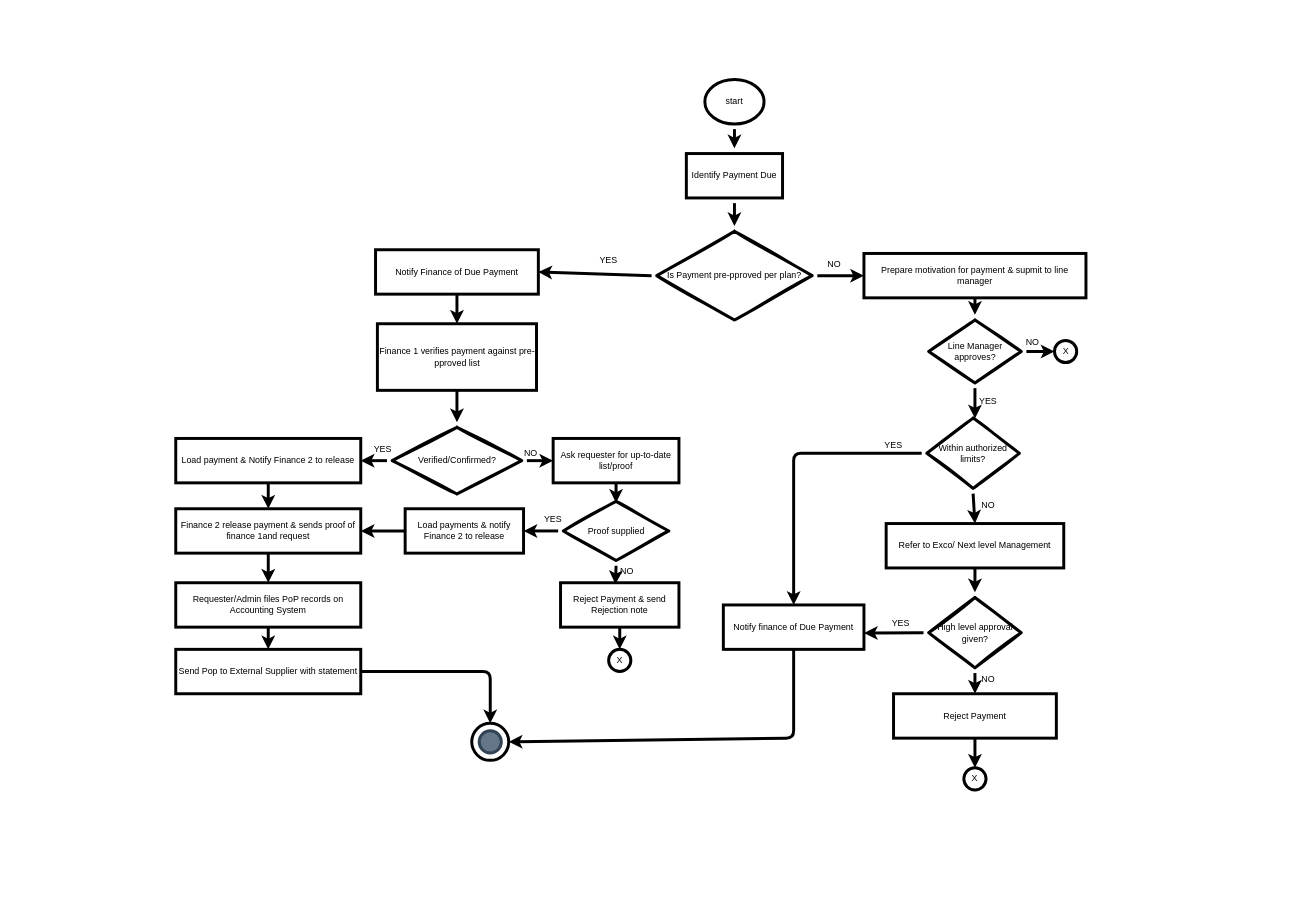
Above: flowchart.drawio in kego28/BestBrightness-onlinestore (draw.io), before the change. Source tidied: cells renumbered, new cells numbered last; positions are measured from the earlier drawing's top-left corner, leaving out a move shared by most shapes. Both pictures are drawn from the tidied source at 74%, with x=0, y=0 at pixel (175, 79).
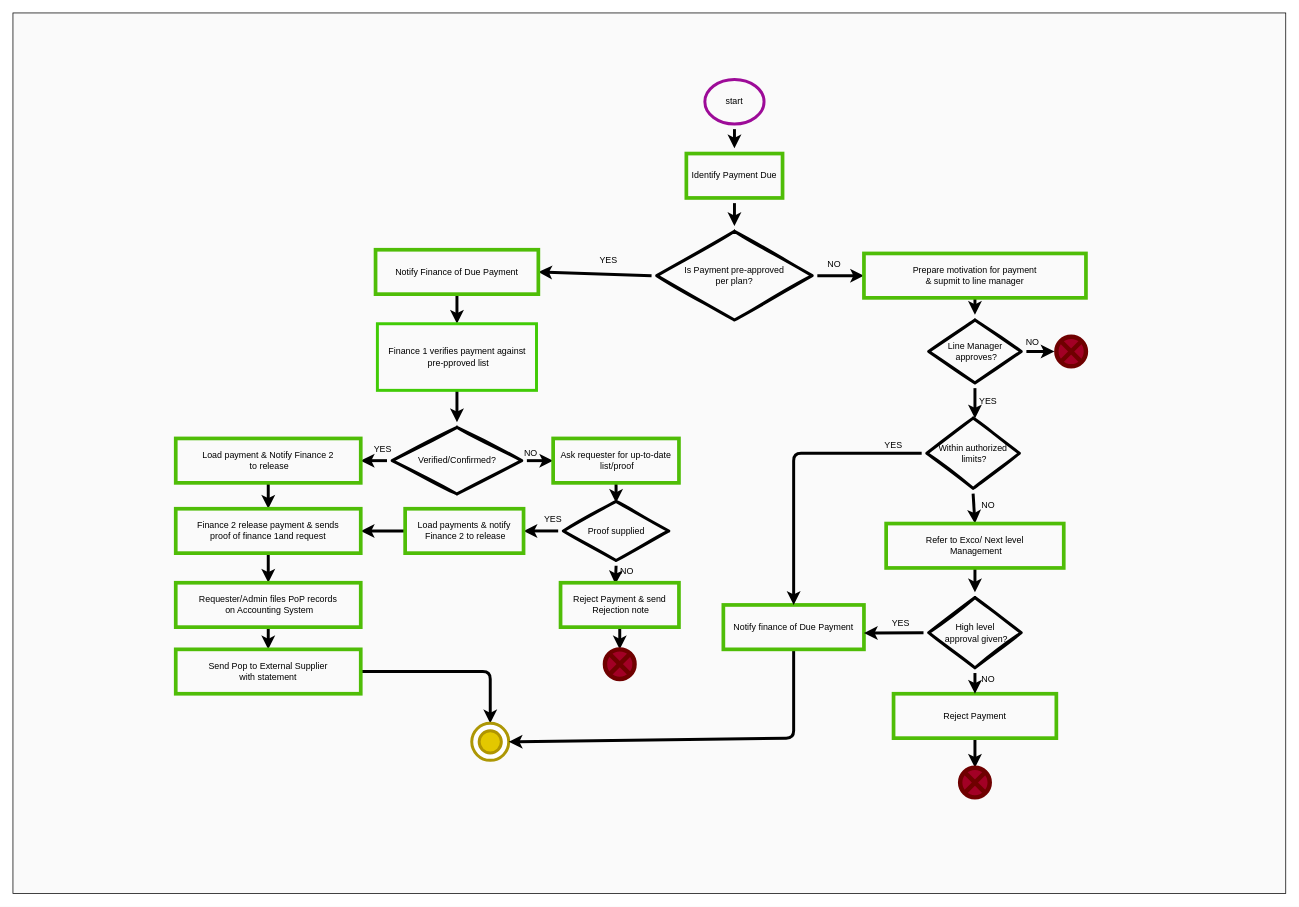
After the change.

What changed in the source:
```diff
@@
+    <mxCell id="67" style="rounded=0;whiteSpace=wrap;html=1;fillColor=#fafafa;" parent="1" vertex="1">
+      <mxGeometry x="-220" y="-90" width="1720" height="1190" as="geometry" />
+    </mxCell>
@@
-    <mxCell id="3" value="start" style="ellipse;whiteSpace=wrap;html=1;strokeWidth=4;perimeterSpacing=7;fontSize=12;" parent="1" vertex="1">
+    <mxCell id="3" value="start" style="ellipse;whiteSpace=wrap;html=1;strokeWidth=4;perimeterSpacing=7;fontSize=12;fillColor=none;strokeColor=#9d0b98;" parent="1" vertex="1">
       <mxGeometry x="715" width="80" height="60" as="geometry" />
     </mxCell>
@@
-    <mxCell id="6" value="Is Payment pre-pproved per plan?" style="rhombus;whiteSpace=wrap;html=1;strokeWidth=4;fillWeight=-1;hachureGap=8;fillStyle=cross-hatch;sketch=1;perimeterSpacing=7;fontSize=12;" parent="1" vertex="1">
+    <mxCell id="6" value="Is Payment pre-approved&lt;br&gt;per plan?" style="rhombus;whiteSpace=wrap;html=1;strokeWidth=4;fillWeight=-1;hachureGap=8;fillStyle=cross-hatch;sketch=1;perimeterSpacing=7;fontSize=12;fillColor=none;" parent="1" vertex="1">
       <mxGeometry x="650" y="205" width="210" height="120" as="geometry" />
     </mxCell>
@@
-    <mxCell id="8" value="Identify Payment Due" style="rounded=0;whiteSpace=wrap;html=1;strokeWidth=4;perimeterSpacing=7;fontSize=12;" parent="1" vertex="1">
+    <mxCell id="8" value="Identify Payment Due" style="rounded=0;whiteSpace=wrap;html=1;strokeWidth=5;perimeterSpacing=7;fontSize=12;fillColor=none;strokeColor=#4FBD07;" parent="1" vertex="1">
       <mxGeometry x="690" y="100" width="130" height="60" as="geometry" />
     </mxCell>
@@
-    <mxCell id="10" value="Notify Finance of Due Payment" style="rounded=0;whiteSpace=wrap;html=1;strokeWidth=4;fontSize=12;" parent="1" vertex="1">
+    <mxCell id="10" value="Notify Finance of Due Payment" style="rounded=0;whiteSpace=wrap;html=1;strokeWidth=5;fontSize=12;fillColor=none;strokeColor=#4FBD07;" parent="1" vertex="1">
       <mxGeometry x="270" y="230" width="220" height="60" as="geometry" />
     </mxCell>
@@
-    <mxCell id="12" value="Finance 1 verifies payment against pre-pproved list" style="rounded=0;whiteSpace=wrap;html=1;strokeWidth=4;fontSize=12;" parent="1" vertex="1">
+    <mxCell id="12" value="Finance 1 verifies payment against&lt;br&gt;&amp;nbsp;pre-pproved list" style="rounded=0;whiteSpace=wrap;html=1;strokeWidth=4;fontSize=12;fillColor=none;strokeColor=#41cb06;" parent="1" vertex="1">
       <mxGeometry x="272.5" y="330" width="215" height="90" as="geometry" />
     </mxCell>
@@
-    <mxCell id="15" value="Verified/Confirmed?" style="rhombus;whiteSpace=wrap;html=1;strokeWidth=4;fillWeight=-1;hachureGap=8;fillStyle=cross-hatch;sketch=1;perimeterSpacing=7;fontSize=12;" parent="1" vertex="1">
+    <mxCell id="15" value="Verified/Confirmed?" style="rhombus;whiteSpace=wrap;html=1;strokeWidth=4;fillWeight=-1;hachureGap=8;fillStyle=cross-hatch;sketch=1;perimeterSpacing=7;fontSize=12;fillColor=none;" parent="1" vertex="1">
       <mxGeometry x="292.5" y="470" width="175" height="90" as="geometry" />
     </mxCell>
@@
-    <mxCell id="17" value="Load payment &amp;amp; Notify Finance 2 to release" style="rounded=0;whiteSpace=wrap;html=1;strokeWidth=4;fontSize=12;" parent="1" vertex="1">
+    <mxCell id="17" value="Load payment &amp;amp; Notify Finance 2&lt;br&gt;&amp;nbsp;to release" style="rounded=0;whiteSpace=wrap;html=1;strokeWidth=5;fontSize=12;fillColor=none;strokeColor=#4FBD07;" parent="1" vertex="1">
       <mxGeometry y="485" width="250" height="60" as="geometry" />
     </mxCell>
@@
-    <mxCell id="20" value="Ask requester for up-to-date list/proof" style="rounded=0;whiteSpace=wrap;html=1;strokeWidth=4;fontSize=12;" parent="1" vertex="1">
+    <mxCell id="20" value="Ask requester for up-to-date&lt;br&gt;&amp;nbsp;list/proof" style="rounded=0;whiteSpace=wrap;html=1;strokeWidth=5;fontSize=12;fillColor=none;strokeColor=#4FBD07;" parent="1" vertex="1">
       <mxGeometry x="510" y="485" width="170" height="60" as="geometry" />
     </mxCell>
@@
-    <mxCell id="24" value="Proof supplied" style="rhombus;whiteSpace=wrap;html=1;strokeWidth=4;fillWeight=-1;hachureGap=8;fillStyle=cross-hatch;sketch=1;perimeterSpacing=7;fontSize=12;" parent="1" vertex="1">
+    <mxCell id="24" value="Proof supplied" style="rhombus;whiteSpace=wrap;html=1;strokeWidth=4;fillWeight=-1;hachureGap=8;fillStyle=cross-hatch;sketch=1;perimeterSpacing=7;fontSize=12;fillColor=none;" parent="1" vertex="1">
       <mxGeometry x="523.8" y="570" width="142.5" height="80" as="geometry" />
     </mxCell>
@@
-    <mxCell id="26" value="Load payments &amp;amp; notify Finance 2 to release" style="rounded=0;whiteSpace=wrap;html=1;strokeWidth=4;fontSize=12;" parent="1" vertex="1">
+    <mxCell id="26" value="Load payments &amp;amp; notify&lt;br&gt;&amp;nbsp;Finance 2 to release" style="rounded=0;whiteSpace=wrap;html=1;strokeWidth=5;fontSize=12;fillColor=none;strokeColor=#4FBD07;" parent="1" vertex="1">
       <mxGeometry x="310" y="580" width="160" height="60" as="geometry" />
     </mxCell>
-    <mxCell id="27" style="edgeStyle=none;html=1;exitX=0.5;exitY=1;exitDx=0;exitDy=0;entryX=0.5;entryY=0;entryDx=0;entryDy=0;strokeWidth=4;fontSize=12;" parent="1" edge="1" source="28" target="37">
-      <mxGeometry relative="1" as="geometry" />
+    <mxCell id="27" style="edgeStyle=none;html=1;exitX=0.5;exitY=1;exitDx=0;exitDy=0;entryX=0.5;entryY=0;entryDx=0;entryDy=0;strokeWidth=4;fontSize=12;" parent="1" edge="1" source="28">
+      <mxGeometry relative="1" as="geometry">
+        <mxPoint x="600" y="770" as="targetPoint" />
+      </mxGeometry>
     </mxCell>
-    <mxCell id="28" value="Reject Payment &amp;amp; send Rejection note" style="rounded=0;whiteSpace=wrap;html=1;strokeWidth=4;fontSize=12;" parent="1" vertex="1">
+    <mxCell id="28" value="Reject Payment &amp;amp; send&lt;br&gt;&amp;nbsp;Rejection note" style="rounded=0;whiteSpace=wrap;html=1;strokeWidth=5;fontSize=12;fillColor=none;strokeColor=#4FBD07;" parent="1" vertex="1">
       <mxGeometry x="520" y="680" width="160" height="60" as="geometry" />
     </mxCell>
@@
-    <mxCell id="32" value="Finance 2 release payment &amp;amp; sends proof of finance 1and request" style="rounded=0;whiteSpace=wrap;html=1;strokeWidth=4;fontSize=12;" parent="1" vertex="1">
+    <mxCell id="32" value="Finance 2 release payment &amp;amp; sends &lt;br&gt;proof of finance 1and request" style="rounded=0;whiteSpace=wrap;html=1;strokeWidth=5;fontSize=12;fillColor=none;strokeColor=#4FBD07;" parent="1" vertex="1">
       <mxGeometry y="580" width="250" height="60" as="geometry" />
     </mxCell>
@@
-    <mxCell id="34" value="Requester/Admin files PoP records on Accounting System" style="rounded=0;whiteSpace=wrap;html=1;strokeWidth=4;fontSize=12;" parent="1" vertex="1">
+    <mxCell id="34" value="Requester/Admin files PoP records&lt;br&gt;&amp;nbsp;on Accounting System" style="rounded=0;whiteSpace=wrap;html=1;strokeWidth=5;fontSize=12;fillColor=none;strokeColor=#4FBD07;" parent="1" vertex="1">
       <mxGeometry y="680" width="250" height="60" as="geometry" />
     </mxCell>
@@
-    <mxCell id="36" value="Send Pop to External Supplier with statement" style="rounded=0;whiteSpace=wrap;html=1;strokeWidth=4;fontSize=12;" parent="1" vertex="1">
+    <mxCell id="36" value="Send Pop to External Supplier &lt;br&gt;with statement" style="rounded=0;whiteSpace=wrap;html=1;strokeWidth=5;fontSize=12;fillColor=none;strokeColor=#4FBD07;" parent="1" vertex="1">
       <mxGeometry y="770" width="250" height="60" as="geometry" />
     </mxCell>
-    <mxCell id="37" value="&lt;font style=&quot;font-size: 12px;&quot;&gt;X&lt;/font&gt;" style="ellipse;whiteSpace=wrap;html=1;strokeWidth=4;fontSize=12;" parent="1" vertex="1">
-      <mxGeometry x="585" y="770" width="30" height="30" as="geometry" />
-    </mxCell>
-    <mxCell id="38" style="ellipse;whiteSpace=wrap;html=1;strokeWidth=4;fontSize=12;" parent="1" vertex="1">
+    <mxCell id="38" style="ellipse;whiteSpace=wrap;html=1;strokeWidth=4;fontSize=12;strokeColor=#ad9705;" parent="1" vertex="1">
       <mxGeometry x="400" y="870" width="50" height="50" as="geometry" />
     </mxCell>
-    <mxCell id="39" style="ellipse;whiteSpace=wrap;html=1;strokeWidth=4;fontSize=12;fillColor=#647687;fontColor=#ffffff;strokeColor=#314354;" parent="1" vertex="1">
+    <mxCell id="39" style="ellipse;whiteSpace=wrap;html=1;strokeWidth=4;fontSize=12;fillColor=#e3c800;fontColor=#000000;strokeColor=#B09500;" parent="1" vertex="1">
       <mxGeometry x="410" y="880" width="30" height="30" as="geometry" />
     </mxCell>
@@
-    <mxCell id="42" value="Prepare motivation for payment &amp;amp; supmit to line manager" style="rounded=0;whiteSpace=wrap;html=1;strokeWidth=4;fontSize=12;" parent="1" vertex="1">
+    <mxCell id="42" value="Prepare motivation for payment &lt;br&gt;&amp;amp; supmit to&amp;nbsp;line&amp;nbsp;manager" style="rounded=0;whiteSpace=wrap;html=1;strokeWidth=5;fontSize=12;fillColor=none;strokeColor=#4FBD07;" parent="1" vertex="1">
       <mxGeometry x="930" y="235" width="300" height="60" as="geometry" />
     </mxCell>
@@
-    <mxCell id="44" value="Notify finance of Due Payment" style="rounded=0;whiteSpace=wrap;html=1;strokeWidth=4;fontSize=12;" parent="1" vertex="1">
+    <mxCell id="44" value="Notify finance of Due Payment" style="rounded=0;whiteSpace=wrap;html=1;strokeWidth=5;fontSize=12;fillColor=none;strokeColor=#4FBD07;" parent="1" vertex="1">
       <mxGeometry x="740" y="710" width="190" height="60" as="geometry" />
     </mxCell>
-    <mxCell id="45" style="edgeStyle=none;html=1;exitX=1;exitY=0.5;exitDx=0;exitDy=0;entryX=0;entryY=0.5;entryDx=0;entryDy=0;strokeWidth=4;fontSize=12;" parent="1" edge="1" source="47" target="51">
-      <mxGeometry relative="1" as="geometry" />
+    <mxCell id="45" style="edgeStyle=none;html=1;exitX=1;exitY=0.5;exitDx=0;exitDy=0;entryX=0;entryY=0.5;entryDx=0;entryDy=0;strokeWidth=4;fontSize=12;" parent="1" edge="1" source="47">
+      <mxGeometry relative="1" as="geometry">
+        <mxPoint x="1187.5" y="367.5" as="targetPoint" />
+      </mxGeometry>
     </mxCell>
@@
-    <mxCell id="47" value="Line Manager approves?" style="rhombus;whiteSpace=wrap;html=1;strokeWidth=4;fillWeight=-1;hachureGap=8;fillStyle=cross-hatch;sketch=1;perimeterSpacing=7;fontSize=12;" parent="1" vertex="1">
+    <mxCell id="47" value="Line Manager&lt;br&gt;&amp;nbsp;approves?" style="rhombus;whiteSpace=wrap;html=1;strokeWidth=4;fillWeight=-1;hachureGap=8;fillStyle=cross-hatch;sketch=1;perimeterSpacing=7;fontSize=12;fillColor=none;" parent="1" vertex="1">
       <mxGeometry x="1017.5" y="325" width="125" height="85" as="geometry" />
     </mxCell>
@@
-    <mxCell id="50" value="Within authorized limits?" style="rhombus;whiteSpace=wrap;html=1;strokeWidth=4;fillWeight=-1;hachureGap=8;fillStyle=cross-hatch;sketch=1;perimeterSpacing=7;fontSize=12;" parent="1" vertex="1">
+    <mxCell id="50" value="Within authorized&lt;br&gt;&amp;nbsp;limits?" style="rhombus;whiteSpace=wrap;html=1;strokeWidth=4;fillWeight=-1;hachureGap=8;fillStyle=cross-hatch;sketch=1;perimeterSpacing=7;fontSize=12;fillColor=none;" parent="1" vertex="1">
       <mxGeometry x="1015" y="457.5" width="125" height="95" as="geometry" />
     </mxCell>
-    <mxCell id="51" value="&lt;font style=&quot;font-size: 12px;&quot;&gt;X&lt;/font&gt;" style="ellipse;whiteSpace=wrap;html=1;strokeWidth=4;fontSize=12;" parent="1" vertex="1">
-      <mxGeometry x="1187.5" y="352.5" width="30" height="30" as="geometry" />
-    </mxCell>
@@
-    <mxCell id="54" value="Refer to Exco/ Next level Management" style="rounded=0;whiteSpace=wrap;html=1;strokeWidth=4;fontSize=12;" parent="1" vertex="1">
+    <mxCell id="54" value="Refer to Exco/ Next level&lt;br&gt;&amp;nbsp;Management" style="rounded=0;whiteSpace=wrap;html=1;strokeWidth=5;fontSize=12;fillColor=none;strokeColor=#4FBD07;" parent="1" vertex="1">
       <mxGeometry x="960" y="600" width="240" height="60" as="geometry" />
     </mxCell>
-    <mxCell id="55" style="edgeStyle=none;html=1;exitX=0.5;exitY=1;exitDx=0;exitDy=0;entryX=0.5;entryY=0;entryDx=0;entryDy=0;strokeWidth=4;fontSize=12;" parent="1" edge="1" source="56" target="60">
-      <mxGeometry relative="1" as="geometry" />
+    <mxCell id="55" style="edgeStyle=none;html=1;exitX=0.5;exitY=1;exitDx=0;exitDy=0;entryX=0.5;entryY=0;entryDx=0;entryDy=0;strokeWidth=4;fontSize=12;" parent="1" edge="1" source="56">
+      <mxGeometry relative="1" as="geometry">
+        <mxPoint x="1080" y="930" as="targetPoint" />
+      </mxGeometry>
     </mxCell>
-    <mxCell id="56" value="Reject Payment" style="rounded=0;whiteSpace=wrap;html=1;strokeWidth=4;fontSize=12;" parent="1" vertex="1">
+    <mxCell id="56" value="Reject Payment" style="rounded=0;whiteSpace=wrap;html=1;strokeWidth=5;fontSize=12;fillColor=none;strokeColor=#4FBD07;" parent="1" vertex="1">
       <mxGeometry x="970" y="830" width="220" height="60" as="geometry" />
     </mxCell>
@@
-    <mxCell id="59" value="High level approval given?" style="rhombus;whiteSpace=wrap;html=1;strokeWidth=4;fillWeight=-1;hachureGap=8;fillStyle=cross-hatch;sketch=1;perimeterSpacing=7;fontSize=12;" parent="1" vertex="1">
+    <mxCell id="59" value="High level&lt;br&gt;&amp;nbsp;approval given?" style="rhombus;whiteSpace=wrap;html=1;strokeWidth=4;fillWeight=-1;hachureGap=8;fillStyle=cross-hatch;sketch=1;perimeterSpacing=7;fontSize=12;fillColor=none;" parent="1" vertex="1">
       <mxGeometry x="1017.5" y="700" width="125" height="95" as="geometry" />
     </mxCell>
-    <mxCell id="60" value="&lt;font style=&quot;font-size: 12px;&quot;&gt;X&lt;/font&gt;" style="ellipse;whiteSpace=wrap;html=1;strokeWidth=4;fontSize=12;" parent="1" vertex="1">
-      <mxGeometry x="1065" y="930" width="30" height="30" as="geometry" />
-    </mxCell>
@@
+    <mxCell id="68" style="shape=sumEllipse;perimeter=ellipsePerimeter;whiteSpace=wrap;html=1;backgroundOutline=1;strokeWidth=6;fillColor=#a20025;fontColor=#ffffff;strokeColor=#6F0000;" parent="1" vertex="1">
+      <mxGeometry x="1060" y="930" width="40" height="40" as="geometry" />
+    </mxCell>
+    <mxCell id="69" style="shape=sumEllipse;perimeter=ellipsePerimeter;whiteSpace=wrap;html=1;backgroundOutline=1;strokeWidth=6;fillColor=#a20025;fontColor=#ffffff;strokeColor=#6F0000;" parent="1" vertex="1">
+      <mxGeometry x="580" y="770" width="40" height="40" as="geometry" />
+    </mxCell>
+    <mxCell id="70" style="shape=sumEllipse;perimeter=ellipsePerimeter;whiteSpace=wrap;html=1;backgroundOutline=1;strokeWidth=6;fillColor=#a20025;fontColor=#ffffff;strokeColor=#6F0000;" parent="1" vertex="1">
+      <mxGeometry x="1190" y="347.5" width="40" height="40" as="geometry" />
+    </mxCell>
```
